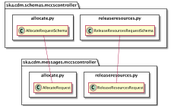
This is docs/src/developer/schema_mccscontroller.png from ska-telescope/cdm-shared-library, a PlantUML export, as it was before one commit. The source it was exported from:
```plantuml
@startuml
scale 2000 width
!pragma useNewPackage
hide empty members

package ska.cdm.messages.mccscontroller {
    package allocate.py <<Rectangle>> {
        class AllocateRequest
    }

    package releaseresources.py <<Rectangle>> {
        class ReleaseResourcesRequest
    }
}

package ska.cdm.schemas.mccscontroller {
	package allocate.py <<Rectangle>> {
        class AllocateRequestSchema
	}

	package releaseresources.py <<Rectangle>> {
		class ReleaseResourcesRequestSchema
	}
}

AllocateRequestSchema -- AllocateRequest
ReleaseResourcesRequestSchema --- ReleaseResourcesRequest

@enduml
```
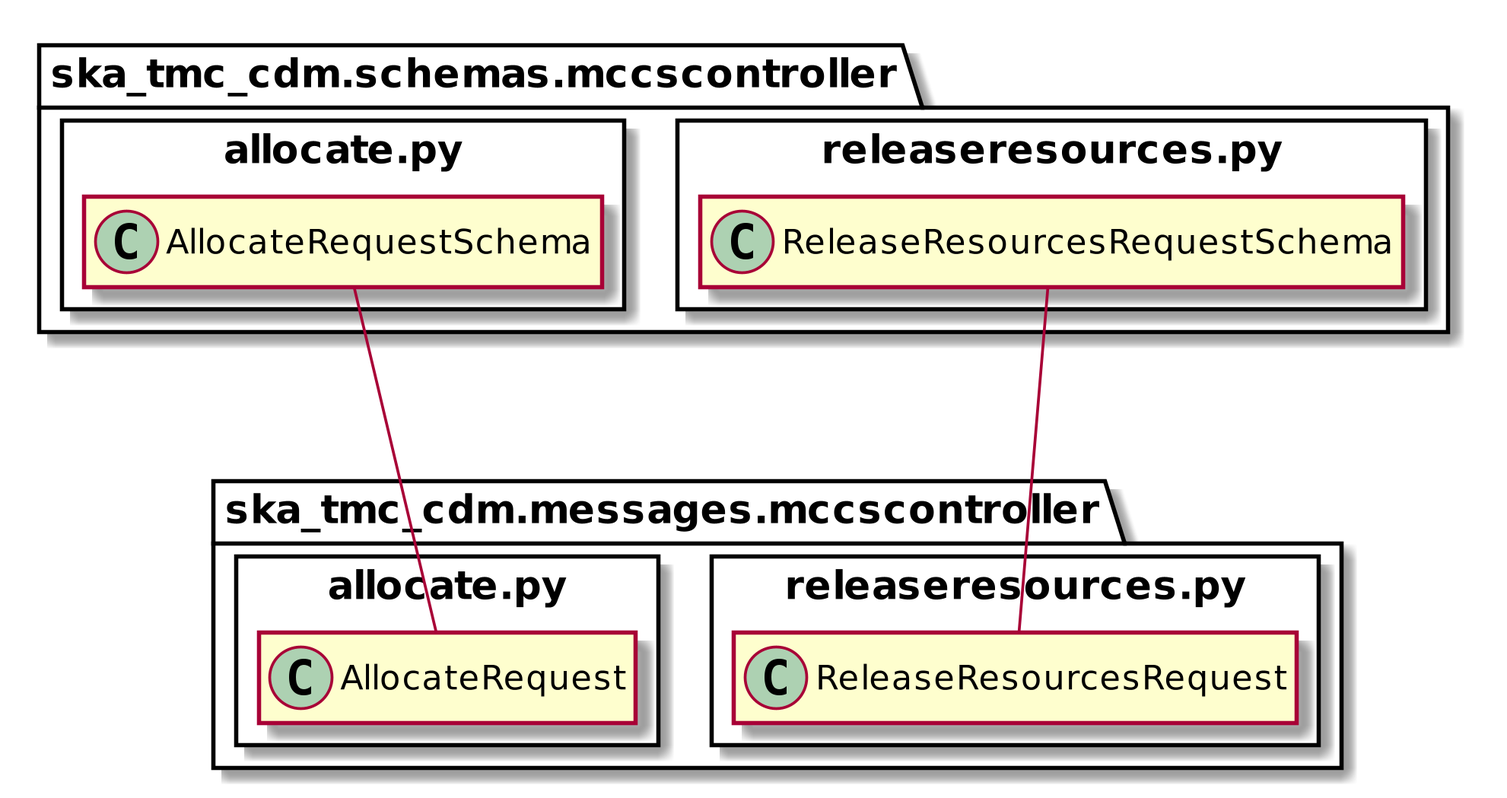
After the commit.

What changed in the source:
```diff
@@ -3,7 +3,7 @@
 !pragma useNewPackage
 hide empty members
 
-package ska.cdm.messages.mccscontroller {
+package ska_tmc_cdm.messages.mccscontroller {
     package allocate.py <<Rectangle>> {
         class AllocateRequest
     }
@@ -13,7 +13,7 @@
     }
 }
 
-package ska.cdm.schemas.mccscontroller {
+package ska_tmc_cdm.schemas.mccscontroller {
 	package allocate.py <<Rectangle>> {
         class AllocateRequestSchema
 	}
```
